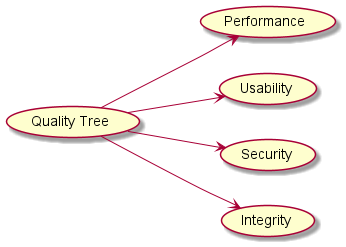
Earlier version of the PlantUML export images/Quality tree.png (Arquisoft/Arquisoft-dede_es_04a).
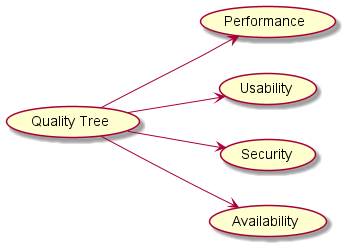
Later version of the same file.

What changed in the source:
```diff
@@ -4,9 +4,9 @@
 (Performance) as (Pr)
 (Usability) as (U)
 (Security) as (Se)
-(Integrity) as (In)
+(Availability) as (Av)
 QT --> Pr
 QT --> U
 QT --> Se
-QT --> In
+QT --> Av
 @enduml
```
